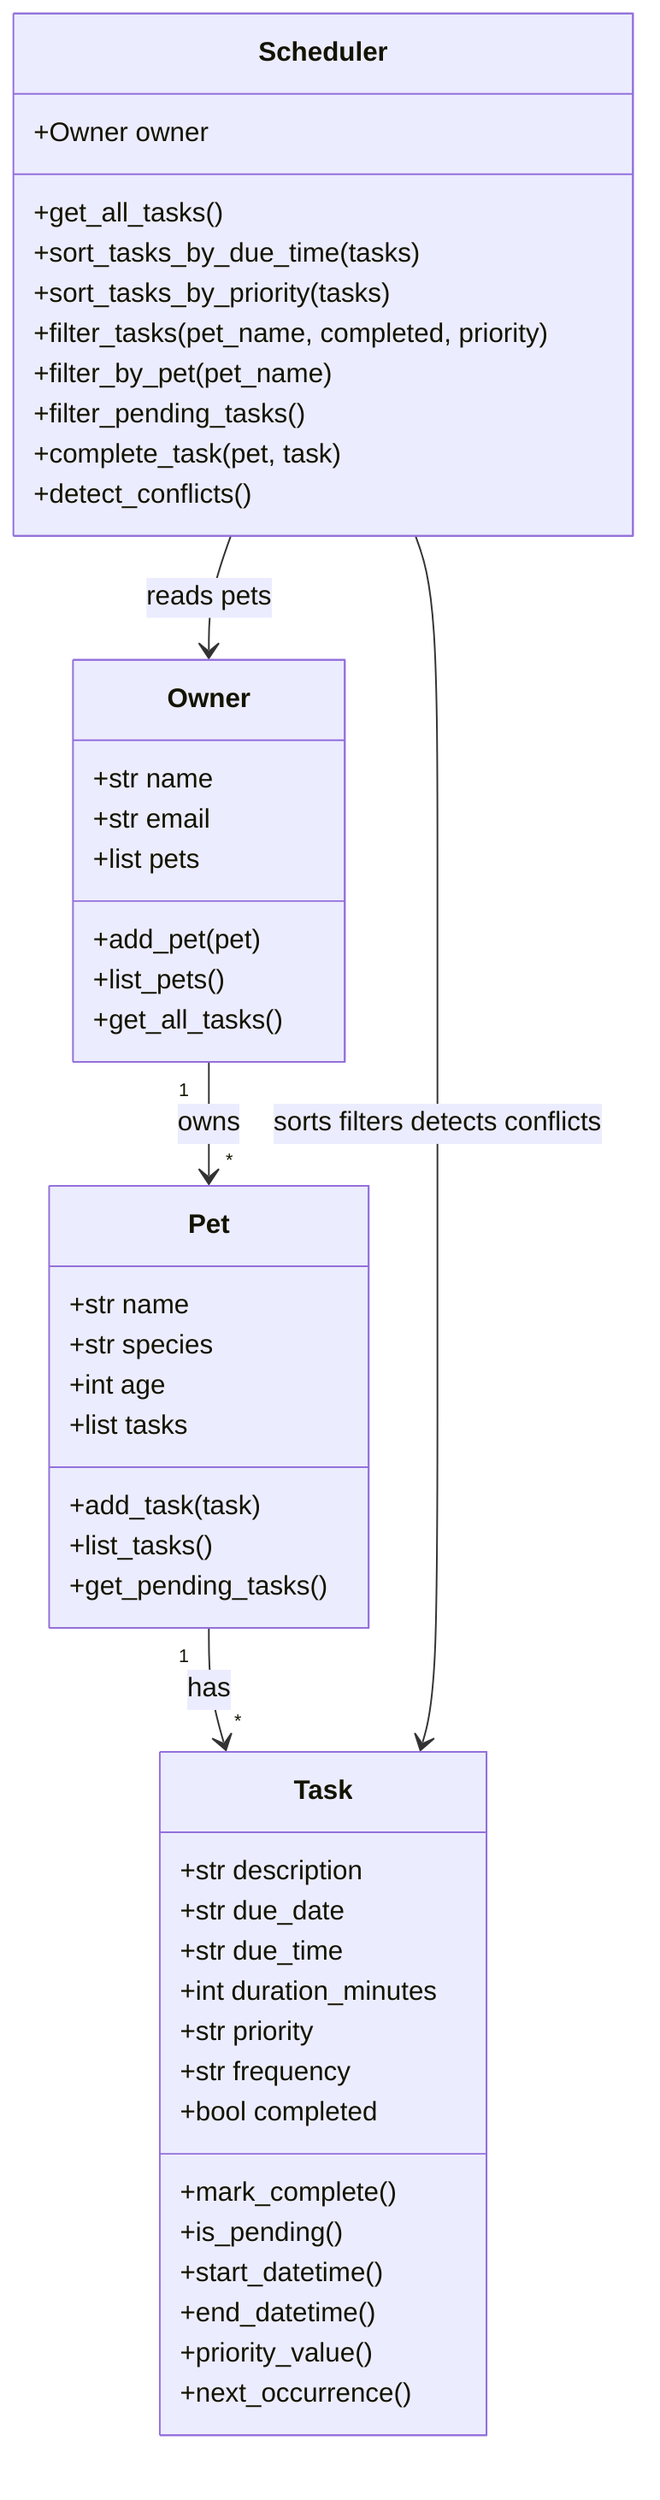
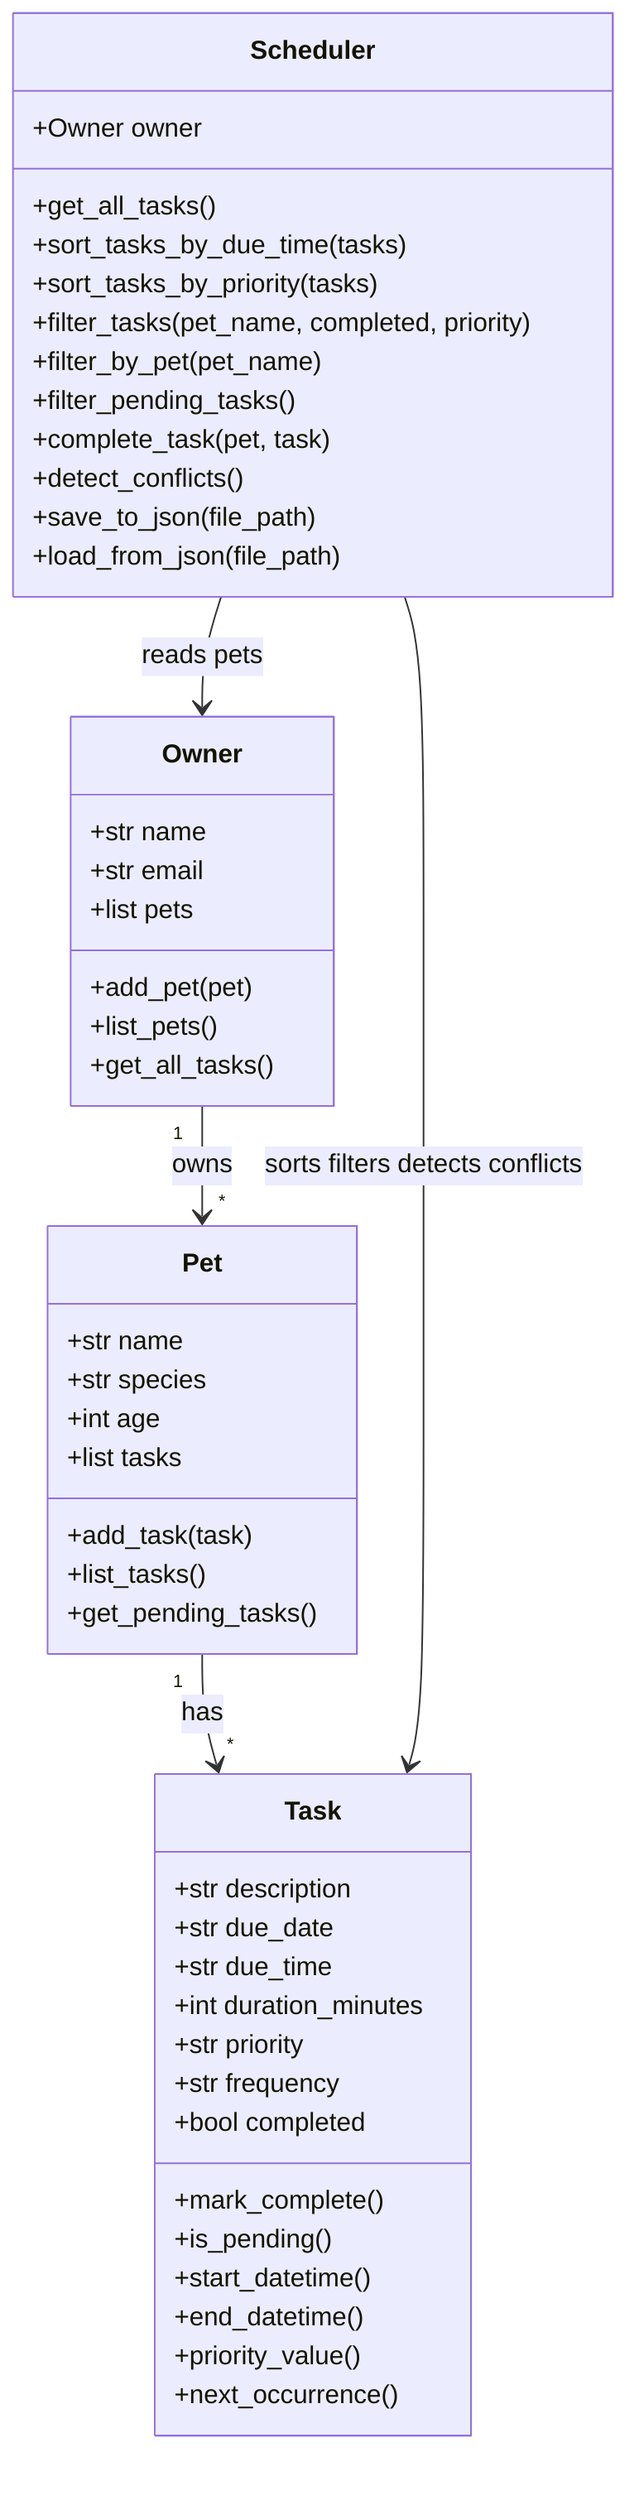
classDiagram
    class Owner {
        +str name
        +str email
        +list pets
        +add_pet(pet)
        +list_pets()
        +get_all_tasks()
    }

    class Pet {
        +str name
        +str species
        +int age
        +list tasks
        +add_task(task)
        +list_tasks()
        +get_pending_tasks()
    }

    class Task {
        +str description
        +str due_date
        +str due_time
        +int duration_minutes
        +str priority
        +str frequency
        +bool completed
        +mark_complete()
        +is_pending()
        +start_datetime()
        +end_datetime()
        +priority_value()
        +next_occurrence()
    }

    class Scheduler {
        +Owner owner
        +get_all_tasks()
        +sort_tasks_by_due_time(tasks)
        +sort_tasks_by_priority(tasks)
        +filter_tasks(pet_name, completed, priority)
        +filter_by_pet(pet_name)
        +filter_pending_tasks()
        +complete_task(pet, task)
        +detect_conflicts()
+         +save_to_json(file_path)
+         +load_from_json(file_path)
    }

    Owner "1" --> "*" Pet : owns
    Pet "1" --> "*" Task : has
    Scheduler --> Owner : reads pets
    Scheduler --> Task : sorts filters detects conflicts
